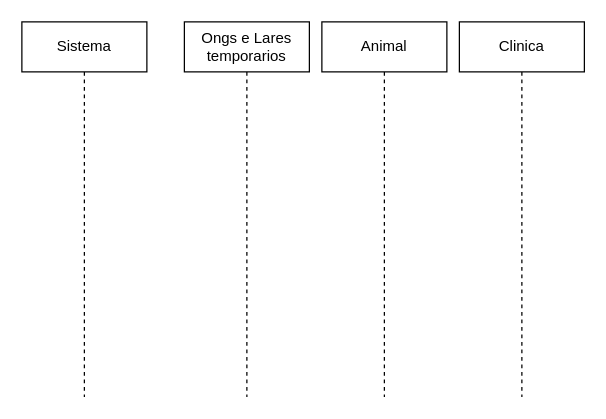
Above: Diagrama sem nome.drawio in JoaoGans/DRAW.tcc (draw.io), before the change. Source tidied: cells renumbered, new cells numbered last; positions are measured from the earlier drawing's top-left corner, leaving out a move shared by most shapes. Both pictures are drawn from the tidied source at 125%, with x=0, y=0 at pixel (21, 21).
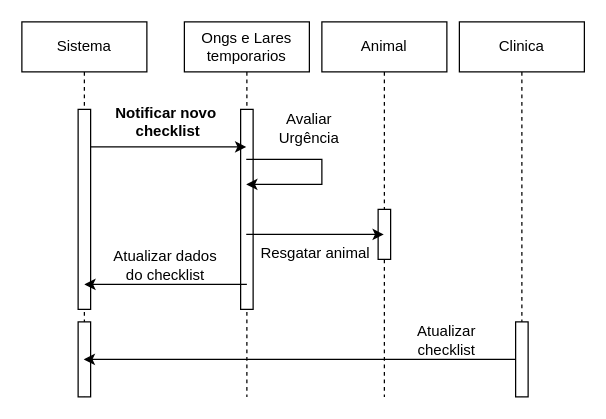
After the change.

Unchanged cells that the change refers to:
```xml
<mxCell id="2" value="Sistema" style="shape=umlLifeline;perimeter=lifelinePerimeter;whiteSpace=wrap;html=1;outlineConnect=0;portConstraint=eastwest;newEdgeStyle={&quot;curved&quot;:0,&quot;rounded&quot;:0};" parent="1" vertex="1">
  <mxGeometry width="100" height="300" as="geometry" />
</mxCell>
<mxCell id="3" value="Ongs e Lares temporarios" style="shape=umlLifeline;perimeter=lifelinePerimeter;whiteSpace=wrap;html=1;newEdgeStyle={&quot;curved&quot;:0,&quot;rounded&quot;:0};" parent="1" vertex="1">
  <mxGeometry x="130" width="100" height="300" as="geometry" />
</mxCell>
<mxCell id="4" value="Animal" style="shape=umlLifeline;perimeter=lifelinePerimeter;whiteSpace=wrap;html=1;outlineConnect=0;portConstraint=eastwest;newEdgeStyle={&quot;curved&quot;:0,&quot;rounded&quot;:0};" parent="1" vertex="1">
  <mxGeometry x="240" width="100" height="300" as="geometry" />
</mxCell>
<mxCell id="5" value="Clinica" style="shape=umlLifeline;perimeter=lifelinePerimeter;whiteSpace=wrap;html=1;newEdgeStyle={&quot;curved&quot;:0,&quot;rounded&quot;:0};" parent="1" vertex="1">
  <mxGeometry x="350" width="100" height="300" as="geometry" />
</mxCell>
```

The edit, as a diff of the source:
```diff
@@
+    <mxCell id="6" style="html=1;perimeter=orthogonalPerimeter;targetShapes=umlLifeline;newEdgeStyle={&quot;curved&quot;:0,&quot;rounded&quot;:0};" parent="2" vertex="1">
+      <mxGeometry x="45" y="70" width="10" height="160" as="geometry" />
+    </mxCell>
+    <mxCell id="7" style="html=1;perimeter=orthogonalPerimeter;targetShapes=umlLifeline;newEdgeStyle={&quot;curved&quot;:0,&quot;rounded&quot;:0};" parent="2" vertex="1">
+      <mxGeometry x="45" y="240" width="10" height="60" as="geometry" />
+    </mxCell>
@@
+    <mxCell id="8" style="html=1;perimeter=orthogonalPerimeter;targetShapes=umlLifeline;newEdgeStyle={&quot;curved&quot;:0,&quot;rounded&quot;:0};" parent="3" vertex="1">
+      <mxGeometry x="45" y="70" width="10" height="160" as="geometry" />
+    </mxCell>
@@
+    <mxCell id="9" style="html=1;perimeter=orthogonalPerimeter;targetShapes=umlLifeline;newEdgeStyle={&quot;curved&quot;:0,&quot;rounded&quot;:0};" parent="4" vertex="1">
+      <mxGeometry x="45" y="150" width="10" height="40" as="geometry" />
+    </mxCell>
@@
+    <mxCell id="10" style="html=1;points=[[0,0,0,0,5],[0,1,0,0,-5],[1,0,0,0,5],[1,1,0,0,-5]];perimeter=orthogonalPerimeter;outlineConnect=0;targetShapes=umlLifeline;portConstraint=eastwest;newEdgeStyle={&quot;curved&quot;:0,&quot;rounded&quot;:0};" parent="5" vertex="1">
+      <mxGeometry x="45" y="240" width="10" height="60" as="geometry" />
+    </mxCell>
+    <mxCell id="11" style="endArrow=classic;html=1;rounded=0;" parent="1" edge="1">
+      <mxGeometry relative="1" as="geometry">
+        <mxPoint x="55" y="100" as="sourcePoint" />
+        <mxPoint x="179.5" y="100" as="targetPoint" />
+      </mxGeometry>
+    </mxCell>
+    <mxCell id="12" value="Notificar novo&lt;div&gt;&amp;nbsp;checklist&lt;/div&gt;" style="text;align=center;fontStyle=1;verticalAlign=middle;spacingLeft=3;spacingRight=3;strokeColor=none;html=1;" parent="1" vertex="1">
+      <mxGeometry x="70" y="60" width="90" height="40" as="geometry" />
+    </mxCell>
+    <mxCell id="13" style="endArrow=classic;html=1;rounded=0;" parent="1" edge="1">
+      <mxGeometry relative="1" as="geometry">
+        <mxPoint x="179.5" y="110" as="sourcePoint" />
+        <mxPoint x="179.5" y="130" as="targetPoint" />
+        <Array as="points">
+          <mxPoint x="240" y="110" />
+          <mxPoint x="240" y="130" />
+        </Array>
+      </mxGeometry>
+    </mxCell>
+    <mxCell id="14" value="Avaliar Urgência" style="text;html=1;align=center;verticalAlign=middle;whiteSpace=wrap;rounded=0;" parent="1" vertex="1">
+      <mxGeometry x="200" y="70" width="60" height="30" as="geometry" />
+    </mxCell>
+    <mxCell id="15" style="endArrow=classic;html=1;rounded=0;" parent="1" edge="1" target="4">
+      <mxGeometry relative="1" as="geometry">
+        <mxPoint x="179.5" y="170" as="sourcePoint" />
+      </mxGeometry>
+    </mxCell>
+    <mxCell id="16" value="Resgatar animal" style="text;html=1;align=center;verticalAlign=middle;whiteSpace=wrap;rounded=0;" parent="1" vertex="1">
+      <mxGeometry x="190" y="170" width="90" height="30" as="geometry" />
+    </mxCell>
+    <mxCell id="17" style="endArrow=classic;html=1;rounded=0;" parent="1" edge="1">
+      <mxGeometry relative="1" as="geometry">
+        <mxPoint x="180" y="210" as="sourcePoint" />
+        <mxPoint x="50" y="210" as="targetPoint" />
+      </mxGeometry>
+    </mxCell>
+    <mxCell id="18" value="Atualizar dados do checklist" style="text;html=1;align=center;verticalAlign=middle;whiteSpace=wrap;rounded=0;" parent="1" vertex="1">
+      <mxGeometry x="65" y="180" width="100" height="30" as="geometry" />
+    </mxCell>
+    <mxCell id="19" style="endArrow=classic;html=1;rounded=0;" parent="1" edge="1" source="10" target="2">
+      <mxGeometry relative="1" as="geometry" />
+    </mxCell>
+    <mxCell id="20" value="Atualizar checklist" style="text;html=1;align=center;verticalAlign=middle;whiteSpace=wrap;rounded=0;" parent="1" vertex="1">
+      <mxGeometry x="310" y="240" width="60" height="30" as="geometry" />
+    </mxCell>
```
